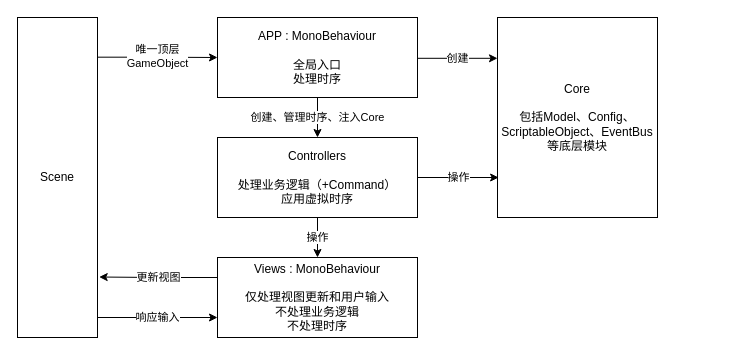
Earlier version of the draw.io diagram content/1@posts/_resources/47.drawio (DiscreteTom/discretetom.github.io). Source tidied: cells renumbered, new cells numbered last; positions are measured from the earlier drawing's top-left corner, leaving out a move shared by most shapes. Both pictures are drawn from the tidied source at 100%, with x=0, y=0 at pixel (17, 17).
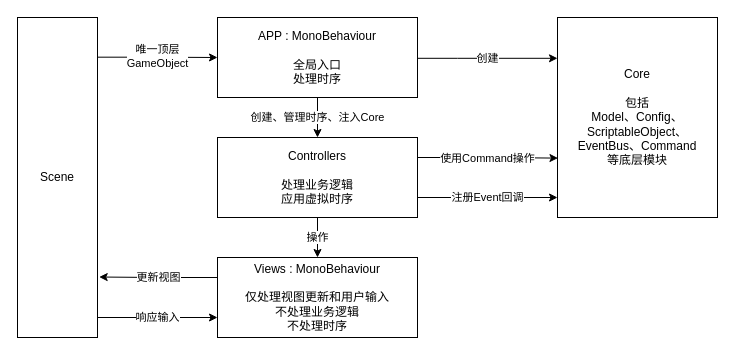
The same page after the edit.

The edit, as a diff of the source:
```diff
@@
 <mxGraphModel>
   <root>
     <mxCell id="0" />
     <mxCell id="1" parent="0" />
     <mxCell id="2" value="创建、管理时序、注入Core" style="edgeStyle=orthogonalEdgeStyle;rounded=0;jettySize=auto;html=1;" parent="1" edge="1" source="4" target="10">
       <mxGeometry relative="1" as="geometry" />
     </mxCell>
     <mxCell id="3" value="创建" style="edgeStyle=orthogonalEdgeStyle;rounded=0;jettySize=auto;html=1;entryX=0;entryY=0.204;entryDx=0;entryDy=0;entryPerimeter=0;" parent="1" edge="1" source="4" target="11">
       <mxGeometry relative="1" as="geometry">
         <Array as="points">
           <mxPoint x="440" y="40" />
         </Array>
       </mxGeometry>
     </mxCell>
     <mxCell id="4" value="APP : MonoBehaviour&lt;br&gt;&lt;br&gt;全局入口&lt;br&gt;处理时序" style="rounded=0;whiteSpace=wrap;html=1;" parent="1" vertex="1">
       <mxGeometry x="200" width="200" height="80" as="geometry" />
     </mxCell>
     <mxCell id="5" value="唯一顶层&lt;br&gt;GameObject" style="edgeStyle=orthogonalEdgeStyle;rounded=0;jettySize=auto;html=1;exitX=0.994;exitY=0.124;exitDx=0;exitDy=0;exitPerimeter=0;" parent="1" edge="1" source="7" target="4">
       <mxGeometry relative="1" as="geometry" />
     </mxCell>
     <mxCell id="6" value="响应输入" style="edgeStyle=orthogonalEdgeStyle;rounded=0;jettySize=auto;html=1;" parent="1" edge="1" source="7" target="13">
       <mxGeometry relative="1" as="geometry">
         <Array as="points">
           <mxPoint x="140" y="300" />
           <mxPoint x="140" y="300" />
         </Array>
       </mxGeometry>
     </mxCell>
     <mxCell id="7" value="Scene" style="rounded=0;whiteSpace=wrap;html=1;" parent="1" vertex="1">
       <mxGeometry width="80" height="320" as="geometry" />
     </mxCell>
-    <mxCell id="8" value="操作" style="edgeStyle=orthogonalEdgeStyle;rounded=0;jettySize=auto;html=1;entryX=0.007;entryY=0.8;entryDx=0;entryDy=0;entryPerimeter=0;" parent="1" edge="1" source="10" target="11">
+    <mxCell id="8" value="使用Command操作" style="edgeStyle=orthogonalEdgeStyle;rounded=0;jettySize=auto;html=1;entryX=0.003;entryY=0.703;entryDx=0;entryDy=0;entryPerimeter=0;exitX=1;exitY=0.25;exitDx=0;exitDy=0;" parent="1" edge="1" source="10" target="11">
       <mxGeometry relative="1" as="geometry" />
     </mxCell>
     <mxCell id="9" value="操作" style="edgeStyle=orthogonalEdgeStyle;rounded=0;jettySize=auto;html=1;" parent="1" edge="1" source="10" target="13">
       <mxGeometry relative="1" as="geometry" />
     </mxCell>
-    <mxCell id="10" value="Controllers&lt;br&gt;&lt;br&gt;处理业务逻辑（+Command）&lt;br&gt;应用虚拟时序" style="rounded=0;whiteSpace=wrap;html=1;" parent="1" vertex="1">
+    <mxCell id="10" value="Controllers&lt;br&gt;&lt;br&gt;处理业务逻辑&lt;br&gt;应用虚拟时序" style="rounded=0;whiteSpace=wrap;html=1;" parent="1" vertex="1">
       <mxGeometry x="200" y="120" width="200" height="80" as="geometry" />
     </mxCell>
+    <mxCell id="14" value="注册Event回调" style="edgeStyle=orthogonalEdgeStyle;rounded=0;jettySize=auto;html=1;startArrow=classic;startFill=1;endArrow=none;endFill=0;" parent="1" edge="1" source="11" target="10">
+      <mxGeometry relative="1" as="geometry">
+        <Array as="points">
+          <mxPoint x="440" y="180" />
+          <mxPoint x="440" y="180" />
+        </Array>
+      </mxGeometry>
+    </mxCell>
-    <mxCell id="11" value="Core&lt;br&gt;&lt;br&gt;包括Model、Config、ScriptableObject、EventBus等底层模块" style="rounded=0;whiteSpace=wrap;html=1;" parent="1" vertex="1">
-      <mxGeometry x="480" width="160" height="200" as="geometry" />
+    <mxCell id="11" value="Core&lt;br&gt;&lt;br&gt;包括&lt;br&gt;Model、Config、ScriptableObject、EventBus、Command&lt;br&gt;等底层模块" style="rounded=0;whiteSpace=wrap;html=1;" parent="1" vertex="1">
+      <mxGeometry x="540" width="160" height="200" as="geometry" />
     </mxCell>
     <mxCell id="12" value="更新视图" style="edgeStyle=orthogonalEdgeStyle;rounded=0;jettySize=auto;html=1;entryX=1.021;entryY=0.811;entryDx=0;entryDy=0;entryPerimeter=0;exitX=0;exitY=0.25;exitDx=0;exitDy=0;" parent="1" edge="1" source="13" target="7">
       <mxGeometry relative="1" as="geometry" />
     </mxCell>
     <mxCell id="13" value="Views : MonoBehaviour&lt;br&gt;&lt;br&gt;仅处理视图更新和用户输入&lt;br&gt;不处理业务逻辑&lt;br&gt;不处理时序" style="rounded=0;whiteSpace=wrap;html=1;" parent="1" vertex="1">
       <mxGeometry x="200" y="240" width="200" height="80" as="geometry" />
     </mxCell>
   </root>
 </mxGraphModel>
```
